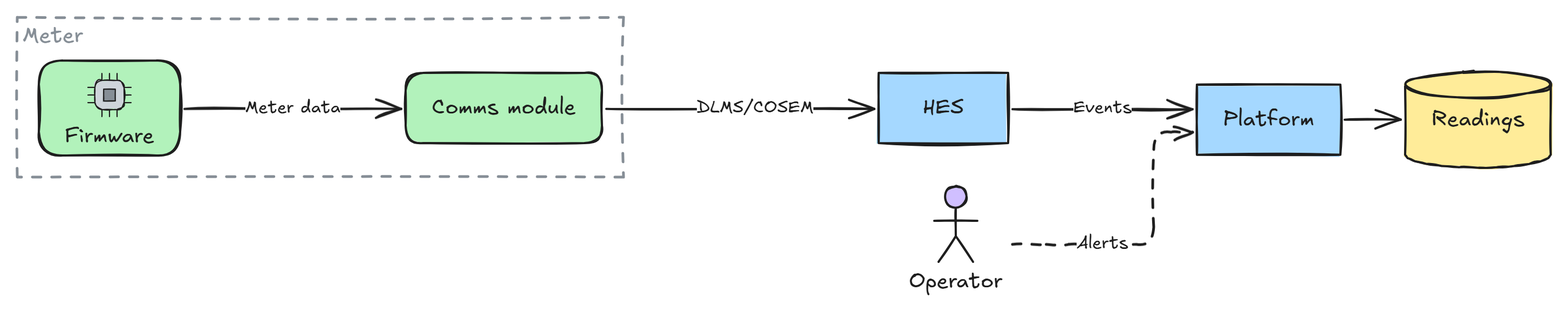
This is docs/images/meter.png from markbac/arch-text, a Excalidraw export, as it was before one commit. Source tidied: one line per element, renumbered; positions are measured from the earlier drawing's top-left corner, leaving out a move shared by most shapes.
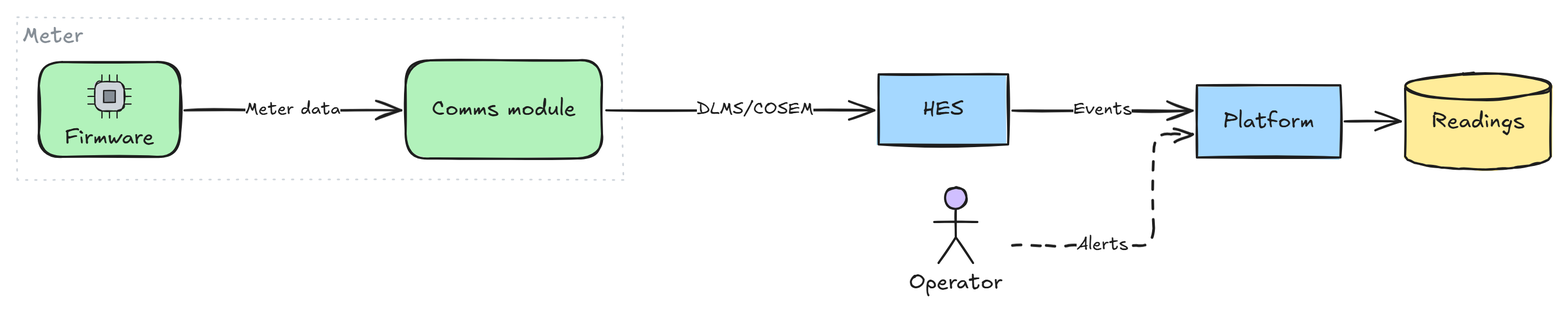
The same diagram one commit later.

Change to the diagram source:
```diff
@@ -1,5 +1,5 @@
-{"id": 0, "type": "rectangle", "strokeColor": "#868e96", "strokeWidth": 2, "strokeStyle": "dashed", "roughness": 1, "x": 0, "y": 0, "width": 562, "height": 148}
+{"id": 0, "type": "rectangle", "strokeColor": "#ced4da", "strokeWidth": 1, "strokeStyle": "dotted", "roughness": 1, "x": 0, "y": -2, "width": 562, "height": 151}
-{"id": 1, "type": "text", "text": "Meter", "strokeColor": "#868e96", "strokeWidth": 2, "roughness": 1, "fontSize": 20, "fontFamily": 5, "inside": 0, "x": 5, "y": 5, "width": 56, "height": 25}
+{"id": 1, "type": "text", "text": "Meter", "strokeColor": "#868e96", "strokeWidth": 2, "roughness": 1, "fontSize": 20, "fontFamily": 5, "inside": 0, "x": 5, "y": 4, "width": 56, "height": 25}
 {"id": 2, "type": "rectangle", "strokeColor": "#1e1e1e", "backgroundColor": "#b2f2bb", "fillStyle": "solid", "strokeWidth": 2, "roughness": 1, "round": true, "x": 20, "y": 40, "width": 131, "height": 88}
 {"id": 3, "type": "text", "text": "Firmware", "strokeColor": "#1e1e1e", "strokeWidth": 2, "roughness": 1, "fontSize": 20, "fontFamily": 5, "textAlign": "center", "verticalAlign": "bottom", "inside": 2, "x": 44, "y": 98, "width": 83, "height": 25}
 {"id": 4, "type": "rectangle", "strokeColor": "#1e1e1e", "backgroundColor": "#ced4da", "fillStyle": "solid", "strokeWidth": 1.08, "roughness": 1, "round": true, "x": 72, "y": 58, "width": 27, "height": 27}
@@ -16,22 +16,22 @@
 {"id": 15, "type": "line", "strokeColor": "#1e1e1e", "strokeWidth": 1.08, "roughness": 1, "x": 66, "y": 79, "width": 6, "height": 0, "points": [[0, 0], [6, 0]]}
 {"id": 16, "type": "line", "strokeColor": "#1e1e1e", "strokeWidth": 1.08, "roughness": 1, "x": 99, "y": 79, "width": 6, "height": 0, "points": [[0, 0], [6, 0]]}
 {"id": 17, "type": "rectangle", "strokeColor": "#1e1e1e", "backgroundColor": "#868e96", "fillStyle": "solid", "strokeWidth": 1.08, "roughness": 1, "x": 80, "y": 67, "width": 11, "height": 11}
-{"id": 18, "type": "rectangle", "strokeColor": "#1e1e1e", "backgroundColor": "#b2f2bb", "fillStyle": "solid", "strokeWidth": 2, "roughness": 1, "round": true, "x": 360, "y": 52, "width": 182, "height": 65}
+{"id": 18, "type": "rectangle", "strokeColor": "#1e1e1e", "backgroundColor": "#b2f2bb", "fillStyle": "solid", "strokeWidth": 2, "roughness": 1, "round": true, "x": 360, "y": 38, "width": 182, "height": 91}
 {"id": 19, "type": "text", "text": "Comms module", "strokeColor": "#1e1e1e", "strokeWidth": 2, "roughness": 1, "fontSize": 20, "fontFamily": 5, "textAlign": "center", "verticalAlign": "middle", "inside": 18, "x": 384, "y": 72, "width": 134, "height": 25}
 {"id": 20, "type": "rectangle", "strokeColor": "#1e1e1e", "backgroundColor": "#a5d8ff", "fillStyle": "solid", "strokeWidth": 2, "roughness": 1, "x": 798, "y": 52, "width": 120, "height": 65}
 {"id": 21, "type": "text", "text": "HES", "strokeColor": "#1e1e1e", "strokeWidth": 2, "roughness": 1, "fontSize": 20, "fontFamily": 5, "textAlign": "center", "verticalAlign": "middle", "inside": 20, "x": 839, "y": 72, "width": 38, "height": 25}
-{"id": 22, "type": "rectangle", "strokeColor": "#1e1e1e", "backgroundColor": "#a5d8ff", "fillStyle": "solid", "strokeWidth": 2, "roughness": 1, "x": 1094, "y": 62, "width": 133, "height": 65}
+{"id": 22, "type": "rectangle", "strokeColor": "#1e1e1e", "backgroundColor": "#a5d8ff", "fillStyle": "solid", "strokeWidth": 2, "roughness": 1, "x": 1094, "y": 62, "width": 133, "height": 67}
-{"id": 23, "type": "text", "text": "Platform", "strokeColor": "#1e1e1e", "strokeWidth": 2, "roughness": 1, "fontSize": 20, "fontFamily": 5, "textAlign": "center", "verticalAlign": "middle", "inside": 22, "x": 1118, "y": 82, "width": 84, "height": 25}
+{"id": 23, "type": "text", "text": "Platform", "strokeColor": "#1e1e1e", "strokeWidth": 2, "roughness": 1, "fontSize": 20, "fontFamily": 5, "textAlign": "center", "verticalAlign": "middle", "inside": 22, "x": 1118, "y": 83, "width": 84, "height": 25}
 {"id": 24, "type": "ellipse", "strokeColor": "#1e1e1e", "backgroundColor": "#d0bfff", "fillStyle": "solid", "strokeWidth": 2, "roughness": 1, "x": 860, "y": 156, "width": 20, "height": 20}
 {"id": 25, "type": "line", "strokeColor": "#1e1e1e", "backgroundColor": "#d0bfff", "fillStyle": "solid", "strokeWidth": 2, "roughness": 1, "x": 870, "y": 176, "width": 0, "height": 26, "points": [[0, 0], [0, 26]]}
 {"id": 26, "type": "line", "strokeColor": "#1e1e1e", "backgroundColor": "#d0bfff", "fillStyle": "solid", "strokeWidth": 2, "roughness": 1, "x": 850, "y": 188, "width": 40, "height": 0, "points": [[0, 0], [40, 0]]}
 {"id": 27, "type": "line", "strokeColor": "#1e1e1e", "backgroundColor": "#d0bfff", "fillStyle": "solid", "strokeWidth": 2, "roughness": 1, "x": 854, "y": 226, "width": 32, "height": 24, "points": [[0, 0], [16, -24], [32, 0]]}
 {"id": 28, "type": "rectangle", "strokeColor": "transparent", "strokeWidth": 2, "roughness": 1, "x": 822, "y": 156, "width": 97, "height": 106}
 {"id": 29, "type": "text", "text": "Operator", "strokeColor": "#1e1e1e", "strokeWidth": 2, "roughness": 1, "fontSize": 20, "fontFamily": 5, "textAlign": "center", "verticalAlign": "bottom", "inside": 28, "x": 827, "y": 232, "width": 87, "height": 25}
-{"id": 30, "type": "line", "strokeColor": "#1e1e1e", "backgroundColor": "#ffec99", "fillStyle": "solid", "strokeWidth": 2, "roughness": 1, "x": 1286, "y": 62, "width": 135, "height": 77, "points": [[0, 0], [0, 65], [2, 68], [9, 71], [20, 73], [34, 75], [50, 77], [68, 77], [85, 77], [101, 75], [115, 73], [126, 71], [133, 68], [135, 65], [135, 0], [0, 0]]}
+{"id": 30, "type": "line", "strokeColor": "#1e1e1e", "backgroundColor": "#ffec99", "fillStyle": "solid", "strokeWidth": 2, "roughness": 1, "x": 1286, "y": 63, "width": 135, "height": 77, "points": [[0, 0], [0, 65], [2, 68], [9, 71], [20, 73], [34, 75], [50, 77], [68, 77], [85, 77], [101, 75], [115, 73], [126, 71], [133, 68], [135, 65], [135, 0], [0, 0]]}
-{"id": 31, "type": "ellipse", "strokeColor": "#1e1e1e", "backgroundColor": "#ffec99", "fillStyle": "solid", "strokeWidth": 2, "roughness": 1, "x": 1286, "y": 50, "width": 135, "height": 24}
+{"id": 31, "type": "ellipse", "strokeColor": "#1e1e1e", "backgroundColor": "#ffec99", "fillStyle": "solid", "strokeWidth": 2, "roughness": 1, "x": 1286, "y": 51, "width": 135, "height": 24}
-{"id": 32, "type": "rectangle", "strokeColor": "transparent", "strokeWidth": 2, "roughness": 1, "x": 1286, "y": 50, "width": 135, "height": 89}
+{"id": 32, "type": "rectangle", "strokeColor": "transparent", "strokeWidth": 2, "roughness": 1, "x": 1286, "y": 51, "width": 135, "height": 89}
-{"id": 33, "type": "text", "text": "Readings", "strokeColor": "#1e1e1e", "strokeWidth": 2, "roughness": 1, "fontSize": 20, "fontFamily": 5, "textAlign": "center", "verticalAlign": "middle", "inside": 32, "x": 1311, "y": 82, "width": 86, "height": 25}
+{"id": 33, "type": "text", "text": "Readings", "strokeColor": "#1e1e1e", "strokeWidth": 2, "roughness": 1, "fontSize": 20, "fontFamily": 5, "textAlign": "center", "verticalAlign": "middle", "inside": 32, "x": 1311, "y": 83, "width": 86, "height": 25}
 {"id": 34, "type": "arrow", "strokeColor": "#1e1e1e", "strokeWidth": 2, "roughness": 1, "endArrowhead": "arrow", "from": 2, "to": 18, "x": 155, "y": 84, "width": 201, "height": 0, "points": [[0, 0], [100, 0], [201, 0]]}
 {"id": 35, "type": "text", "text": "Meter data", "strokeColor": "#1e1e1e", "strokeWidth": 2, "roughness": 1, "fontSize": 16, "fontFamily": 5, "textAlign": "center", "verticalAlign": "middle", "inside": 34, "x": 211, "y": 74, "width": 88, "height": 20}
 {"id": 36, "type": "arrow", "strokeColor": "#1e1e1e", "strokeWidth": 2, "roughness": 1, "endArrowhead": "arrow", "from": 18, "to": 20, "x": 546, "y": 84, "width": 248, "height": 0, "points": [[0, 0], [138, 0], [248, 0]]}
@@ -39,5 +39,5 @@
 {"id": 38, "type": "arrow", "strokeColor": "#1e1e1e", "strokeWidth": 2, "roughness": 1, "endArrowhead": "arrow", "from": 20, "to": 22, "x": 922, "y": 84, "width": 167, "height": 0, "points": [[0, 0], [84, 0], [167, 0]]}
 {"id": 39, "type": "text", "text": "Events", "strokeColor": "#1e1e1e", "strokeWidth": 2, "roughness": 1, "fontSize": 16, "fontFamily": 5, "textAlign": "center", "verticalAlign": "middle", "inside": 38, "x": 979, "y": 74, "width": 54, "height": 20}
 {"id": 40, "type": "arrow", "strokeColor": "#1e1e1e", "strokeWidth": 2, "roughness": 1, "endArrowhead": "arrow", "from": 22, "to": 32, "x": 1230, "y": 95, "width": 52, "height": 0, "points": [[0, 0], [52, 0]]}
-{"id": 41, "type": "arrow", "strokeColor": "#1e1e1e", "strokeWidth": 2, "strokeStyle": "dashed", "roughness": 1, "endArrowhead": "arrow", "from": 28, "to": 22, "x": 922, "y": 210, "width": 167, "height": 104, "points": [[0, 0], [42, 0], [63, 0], [84, 0], [131, 0], [131, -104], [167, -104]]}
+{"id": 41, "type": "arrow", "strokeColor": "#1e1e1e", "strokeWidth": 2, "strokeStyle": "dashed", "roughness": 1, "endArrowhead": "arrow", "from": 28, "to": 22, "x": 922, "y": 210, "width": 167, "height": 103, "points": [[0, 0], [42, 0], [63, 0], [84, 0], [131, 0], [131, -103], [167, -103]]}
 {"id": 42, "type": "text", "text": "Alerts", "strokeColor": "#1e1e1e", "strokeWidth": 2, "roughness": 1, "fontSize": 16, "fontFamily": 5, "textAlign": "center", "verticalAlign": "middle", "inside": 41, "x": 982, "y": 200, "width": 48, "height": 20}
```
